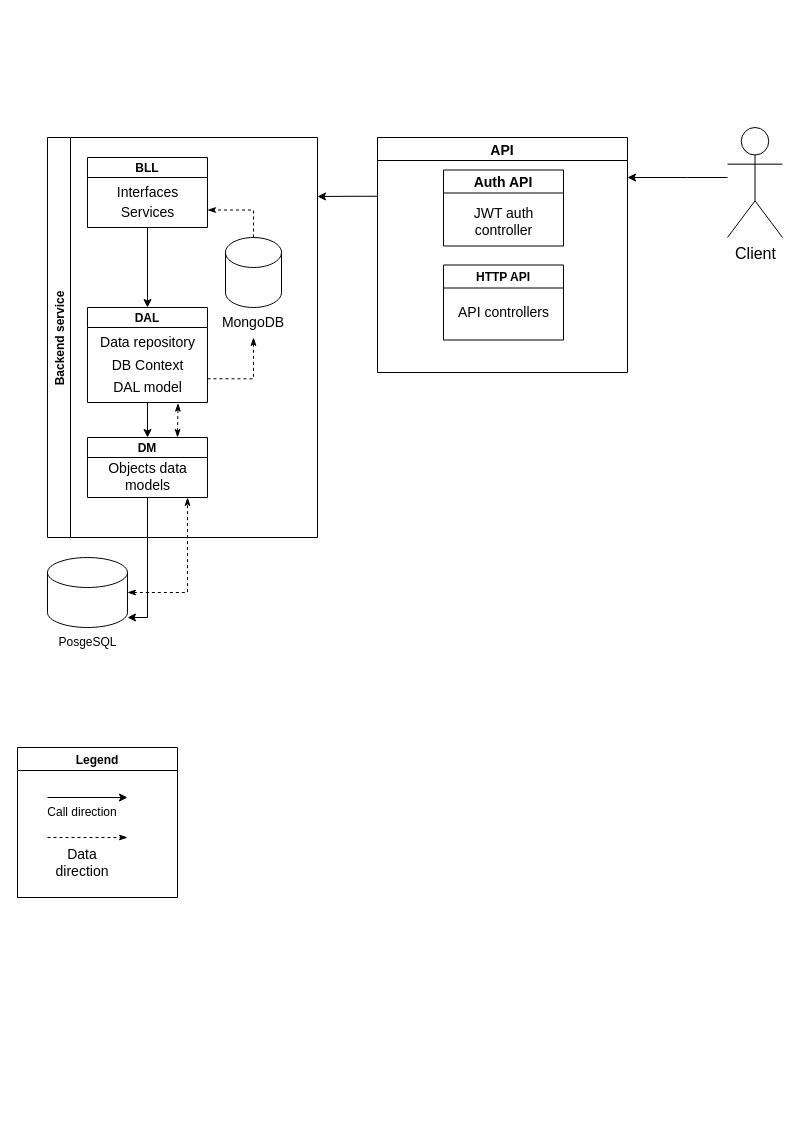
Above: app_flow.drawio in KravchenkoDevelop/SecretSantaGenerator (draw.io), before the change. Source tidied: cells renumbered, new cells numbered last; positions are measured from the earlier drawing's top-left corner, leaving out a move shared by most shapes. Both pictures are drawn from the tidied source at 100%, with x=0, y=0 at pixel (17, 127).
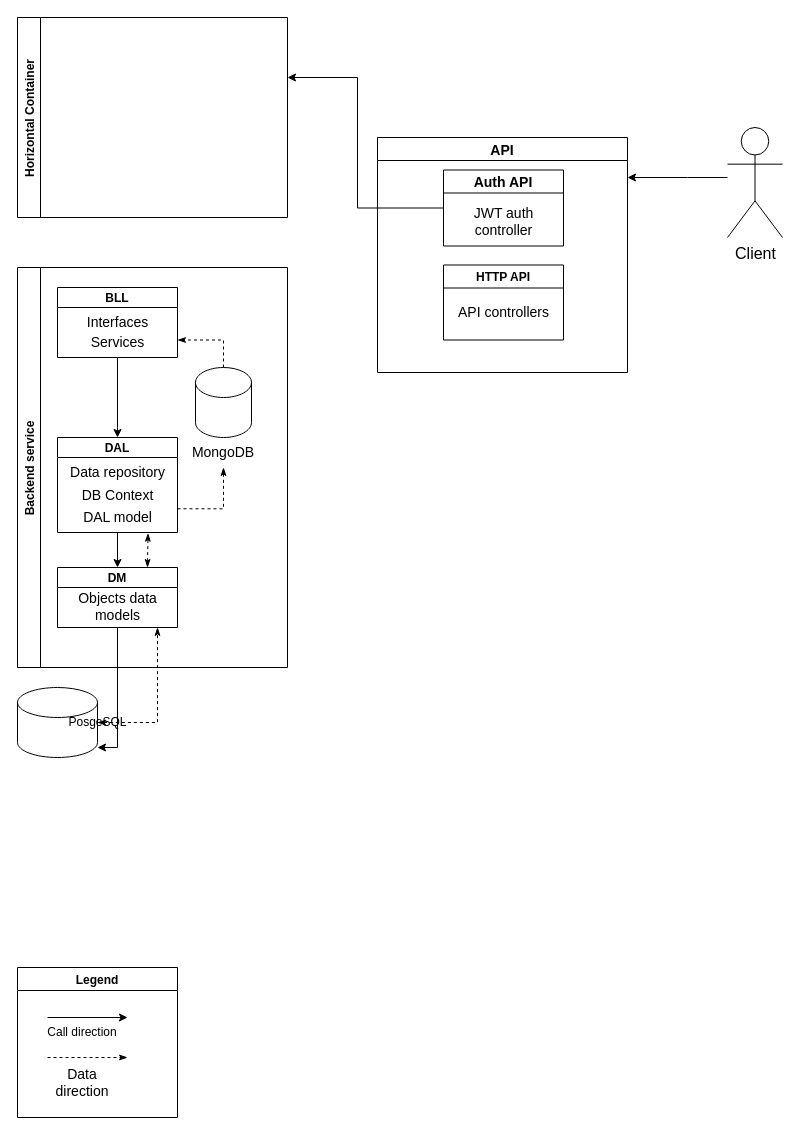
After the change.

Unchanged cells that the change refers to:
```xml
<mxCell id="14" value="DM" style="swimlane;startSize=20;" parent="2" vertex="1">
  <mxGeometry x="40" y="300" width="120" height="60" as="geometry" />
</mxCell>
<mxCell id="34" value="API" style="swimlane;fontSize=14;" parent="1" vertex="1">
  <mxGeometry x="360" y="10" width="250" height="235" as="geometry" />
</mxCell>
<mxCell id="35" value="Auth API" style="swimlane;fontSize=14;" parent="34" vertex="1">
  <mxGeometry x="66" y="32.5" width="120" height="76" as="geometry" />
</mxCell>
```

The edit, as a diff of the source:
```diff
@@
     <mxCell id="2" value="Backend service" style="swimlane;horizontal=0;" parent="1" vertex="1">
-      <mxGeometry x="30" y="10" width="270" height="400" as="geometry" />
+      <mxGeometry y="140" width="270" height="400" as="geometry" />
     </mxCell>
@@
     <mxCell id="20" style="group;" parent="1" vertex="1">
-      <mxGeometry x="30" y="430" width="80" height="100" as="geometry" />
+      <mxGeometry x="40" y="510" width="80" height="100" as="geometry" />
     </mxCell>
     <mxCell id="21" style="shape=cylinder3;whiteSpace=wrap;html=1;boundedLbl=1;backgroundOutline=1;size=15;" parent="20" vertex="1">
-      <mxGeometry width="80" height="70" as="geometry" />
+      <mxGeometry x="-40" y="50" width="80" height="70" as="geometry" />
     </mxCell>
@@
     <mxCell id="23" style="edgeStyle=orthogonalEdgeStyle;rounded=0;jettySize=auto;html=1;exitX=0.5;exitY=1;exitDx=0;exitDy=0;" parent="1" edge="1" source="14" target="21">
       <mxGeometry relative="1" as="geometry">
         <Array as="points">
-          <mxPoint x="130" y="490" />
+          <mxPoint x="100" y="620" />
         </Array>
       </mxGeometry>
     </mxCell>
     <mxCell id="24" value="Legend" style="swimlane;" parent="1" vertex="1">
-      <mxGeometry y="620" width="160" height="150" as="geometry" />
+      <mxGeometry y="840" width="160" height="150" as="geometry" />
     </mxCell>
@@
-    <mxCell id="33" style="edgeStyle=orthogonalEdgeStyle;rounded=0;jettySize=auto;html=1;exitX=0;exitY=0.25;exitDx=0;exitDy=0;fontSize=14;startArrow=none;startFill=0;" parent="1" edge="1" source="34">
+    <mxCell id="33" style="edgeStyle=orthogonalEdgeStyle;rounded=0;jettySize=auto;html=1;exitX=0;exitY=0.5;exitDx=0;exitDy=0;fontSize=14;startArrow=none;startFill=0;" parent="1" edge="1" source="35">
       <mxGeometry relative="1" as="geometry">
-        <mxPoint x="300" y="69" as="targetPoint" />
+        <mxPoint x="270" y="-50" as="targetPoint" />
+        <Array as="points">
+          <mxPoint x="340" y="81" />
+          <mxPoint x="340" y="-50" />
+        </Array>
       </mxGeometry>
     </mxCell>
@@
+    <mxCell id="40" value="Horizontal Container" style="swimlane;horizontal=0;" parent="1" vertex="1">
+      <mxGeometry y="-110" width="270" height="200" as="geometry" />
+    </mxCell>
```
